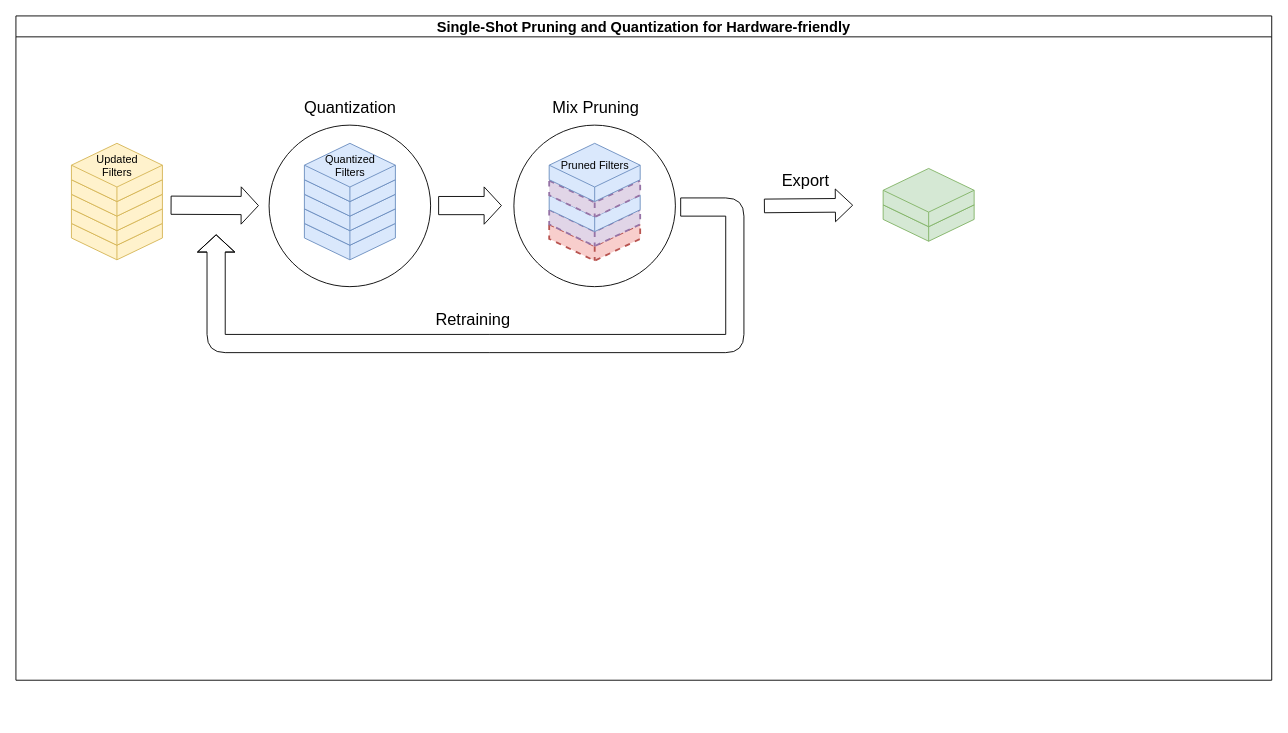
Above: graphic_abstract.drawio in JIANGBOFENG/MY_GIT_Repo (draw.io), before the change. Source tidied: cells renumbered, new cells numbered last; positions are measured from the earlier drawing's top-left corner, leaving out a move shared by most shapes. Both pictures are drawn from the tidied source at 91%, with x=0, y=0 at pixel (15, 15).
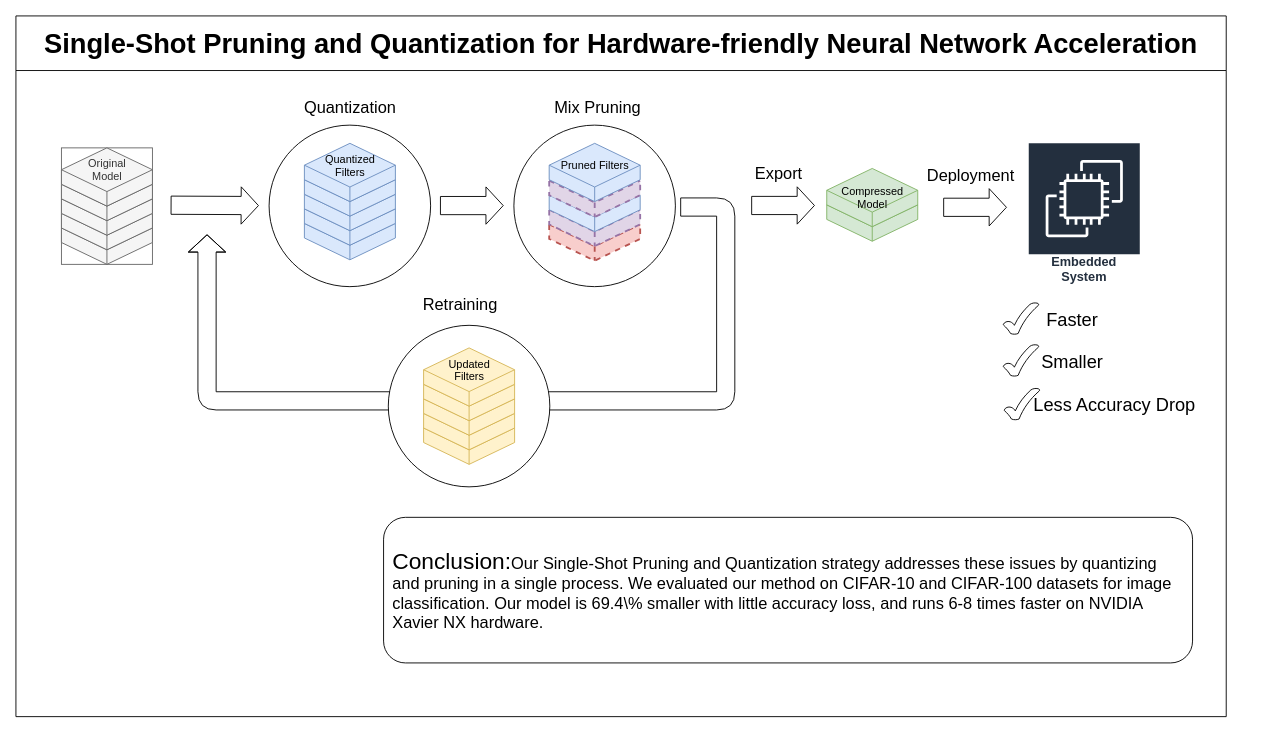
The same page after the edit.

The change refers to these unchanged cells:
```xml
<mxCell id="28" style="group;" parent="2" vertex="1">
  <mxGeometry x="973" y="152" width="100" height="128" as="geometry" />
</mxCell>
```

The edit, as a diff of the source:
```diff
@@
-    <mxCell id="2" value="&lt;font style=&quot;font-size: 16px;&quot;&gt;Single-Shot Pruning and Quantization for&amp;nbsp;Hardware-friendly&lt;/font&gt;" style="swimlane;whiteSpace=wrap;html=1;" parent="1" vertex="1">
-      <mxGeometry width="1380" height="730" as="geometry" />
+    <mxCell id="2" value="&lt;font style=&quot;font-size: 30px;&quot;&gt;Single-Shot Pruning and Quantization for Hardware-friendly Neural Network Acceleration&lt;/font&gt;" style="swimlane;whiteSpace=wrap;html=1;startSize=60;" parent="1" vertex="1">
+      <mxGeometry width="1330" height="770" as="geometry" />
     </mxCell>
@@
-    <mxCell id="4" style="ellipse;whiteSpace=wrap;html=1;" parent="2" vertex="1">
-      <mxGeometry x="278.2" y="120" width="177.5" height="177.5" as="geometry" />
-    </mxCell>
-    <mxCell id="5" style="group;" parent="2" vertex="1">
-      <mxGeometry x="61" y="140" width="100" height="128" as="geometry" />
-    </mxCell>
-    <mxCell id="6" style="html=1;shape=mxgraph.basic.isocube;isoAngle=15;fillColor=#fff2cc;strokeColor=#d6b656;" parent="5" vertex="1">
-      <mxGeometry y="64" width="100" height="64" as="geometry" />
-    </mxCell>
-    <mxCell id="7" style="edgeStyle=orthogonalEdgeStyle;rounded=0;orthogonalLoop=1;jettySize=auto;html=1;exitX=0.5;exitY=1;exitDx=0;exitDy=0;exitPerimeter=0;fillColor=#fff2cc;strokeColor=#d6b656;" parent="5" edge="1" source="6" target="6">
-      <mxGeometry relative="1" as="geometry" />
-    </mxCell>
-    <mxCell id="8" style="html=1;shape=mxgraph.basic.isocube;isoAngle=15;fillColor=#fff2cc;strokeColor=#d6b656;" parent="5" vertex="1">
-      <mxGeometry y="48" width="100" height="64" as="geometry" />
-    </mxCell>
-    <mxCell id="9" style="html=1;shape=mxgraph.basic.isocube;isoAngle=15;fillColor=#fff2cc;strokeColor=#d6b656;" parent="5" vertex="1">
-      <mxGeometry y="32" width="100" height="64" as="geometry" />
-    </mxCell>
-    <mxCell id="10" style="html=1;shape=mxgraph.basic.isocube;isoAngle=15;fillColor=#fff2cc;strokeColor=#d6b656;" parent="5" vertex="1">
-      <mxGeometry y="16" width="100" height="64" as="geometry" />
-    </mxCell>
-    <mxCell id="11" value="&lt;font color=&quot;#000000&quot;&gt;Updated&lt;br&gt;Filters&lt;br&gt;&lt;br&gt;&lt;/font&gt;" style="html=1;shape=mxgraph.basic.isocube;isoAngle=15;fillColor=#fff2cc;strokeColor=#d6b656;" parent="5" vertex="1">
-      <mxGeometry width="100" height="64" as="geometry" />
-    </mxCell>
-    <mxCell id="12" style="html=1;shape=mxgraph.basic.isocube;isoAngle=15;fillColor=#dae8fc;strokeColor=#6c8ebf;" parent="2" vertex="1">
-      <mxGeometry x="317" y="204" width="100" height="64" as="geometry" />
-    </mxCell>
-    <mxCell id="13" style="edgeStyle=orthogonalEdgeStyle;rounded=0;orthogonalLoop=1;jettySize=auto;html=1;exitX=0.5;exitY=1;exitDx=0;exitDy=0;exitPerimeter=0;fillColor=#dae8fc;strokeColor=#6c8ebf;" parent="2" edge="1" source="12" target="12">
-      <mxGeometry relative="1" as="geometry" />
-    </mxCell>
-    <mxCell id="14" style="html=1;shape=mxgraph.basic.isocube;isoAngle=15;fillColor=#dae8fc;strokeColor=#6c8ebf;" parent="2" vertex="1">
-      <mxGeometry x="317" y="188" width="100" height="64" as="geometry" />
-    </mxCell>
-    <mxCell id="15" style="html=1;shape=mxgraph.basic.isocube;isoAngle=15;fillColor=#dae8fc;strokeColor=#6c8ebf;" parent="2" vertex="1">
-      <mxGeometry x="317" y="172" width="100" height="64" as="geometry" />
-    </mxCell>
-    <mxCell id="16" style="html=1;shape=mxgraph.basic.isocube;isoAngle=15;fillColor=#dae8fc;strokeColor=#6c8ebf;" parent="2" vertex="1">
-      <mxGeometry x="317" y="156" width="100" height="64" as="geometry" />
-    </mxCell>
-    <mxCell id="17" value="&lt;font color=&quot;#000000&quot;&gt;Quantized&lt;br&gt;Filters&lt;br&gt;&lt;br&gt;&lt;/font&gt;" style="html=1;shape=mxgraph.basic.isocube;isoAngle=15;fillColor=#dae8fc;strokeColor=#6c8ebf;" parent="2" vertex="1">
-      <mxGeometry x="317" y="140" width="100" height="64" as="geometry" />
-    </mxCell>
@@
     <mxCell id="26" style="shape=flexArrow;endArrow=classic;html=1;rounded=0;width=20;" parent="2" edge="1">
       <mxGeometry relative="1" as="geometry">
-        <mxPoint x="464" y="208.4" as="sourcePoint" />
-        <mxPoint x="534" y="208.4" as="targetPoint" />
+        <mxPoint x="466" y="208.4" as="sourcePoint" />
+        <mxPoint x="536" y="208.4" as="targetPoint" />
       </mxGeometry>
     </mxCell>
@@
     <mxCell id="29" style="edgeStyle=orthogonalEdgeStyle;rounded=0;orthogonalLoop=1;jettySize=auto;html=1;exitX=0.5;exitY=1;exitDx=0;exitDy=0;exitPerimeter=0;fillColor=#d5e8d4;strokeColor=#82b366;" parent="28" edge="1">
       <mxGeometry relative="1" as="geometry">
-        <mxPoint x="30" y="111.5" as="sourcePoint" />
-        <mxPoint x="30" y="111.5" as="targetPoint" />
+        <mxPoint x="-32" y="111.5" as="sourcePoint" />
+        <mxPoint x="-32" y="111.5" as="targetPoint" />
       </mxGeometry>
     </mxCell>
     <mxCell id="30" style="html=1;shape=mxgraph.basic.isocube;isoAngle=15;fillColor=#d5e8d4;strokeColor=#82b366;" parent="28" vertex="1">
-      <mxGeometry x="-20" y="31.6" width="100" height="64" as="geometry" />
+      <mxGeometry x="-82" y="31.6" width="100" height="64" as="geometry" />
     </mxCell>
-    <mxCell id="31" style="html=1;shape=mxgraph.basic.isocube;isoAngle=15;fillColor=#d5e8d4;strokeColor=#82b366;" parent="28" vertex="1">
-      <mxGeometry x="-20" y="15.6" width="100" height="64" as="geometry" />
+    <mxCell id="31" value="&lt;font color=&quot;#000000&quot;&gt;Compressed&lt;br&gt;Model&lt;/font&gt;" style="html=1;shape=mxgraph.basic.isocube;isoAngle=15;fillColor=#d5e8d4;strokeColor=#82b366;" parent="28" vertex="1">
+      <mxGeometry x="-82" y="15.6" width="100" height="64" as="geometry" />
     </mxCell>
     <mxCell id="32" style="endArrow=classic;html=1;rounded=1;shape=flexArrow;strokeWidth=1;width=20;" parent="2" edge="1">
       <mxGeometry relative="1" as="geometry">
         <mxPoint x="730" y="210" as="sourcePoint" />
-        <mxPoint x="220" y="240" as="targetPoint" />
+        <mxPoint x="210" y="240" as="targetPoint" />
         <Array as="points">
-          <mxPoint x="790" y="210" />
-          <mxPoint x="790" y="360" />
-          <mxPoint x="520" y="360" />
-          <mxPoint x="220" y="360" />
+          <mxPoint x="780" y="210" />
+          <mxPoint x="780" y="423" />
+          <mxPoint x="510" y="423" />
+          <mxPoint x="210" y="423" />
         </Array>
       </mxGeometry>
     </mxCell>
     <mxCell id="33" value="&lt;font style=&quot;font-size: 18px;&quot;&gt;Retraining&lt;/font&gt;" style="edgeLabel;html=1;align=center;verticalAlign=middle;" parent="32" vertex="1">
       <mxGeometry x="0.1" y="-5" relative="1" as="geometry">
-        <mxPoint x="-4" y="-22" as="offset" />
+        <mxPoint x="3" y="-101" as="offset" />
       </mxGeometry>
     </mxCell>
-    <mxCell id="34" style="shape=flexArrow;endArrow=classic;html=1;rounded=0;width=15;" parent="2" edge="1">
-      <mxGeometry relative="1" as="geometry">
-        <mxPoint x="822" y="208.8" as="sourcePoint" />
-        <mxPoint x="920" y="208" as="targetPoint" />
-      </mxGeometry>
-    </mxCell>
+    <mxCell id="36" value="&lt;font style=&quot;font-size: 14px;&quot;&gt;Embedded System&lt;/font&gt;" style="sketch=0;fontColor=#232F3E;gradientColor=none;strokeColor=#ffffff;fillColor=#232F3E;dashed=0;verticalLabelPosition=middle;verticalAlign=bottom;align=center;html=1;whiteSpace=wrap;fontSize=10;fontStyle=1;spacing=3;shape=mxgraph.aws4.productIcon;prIcon=mxgraph.aws4.ec2;" parent="2" vertex="1">
+      <mxGeometry x="1112" y="138.8" width="124" height="160.5" as="geometry" />
+    </mxCell>
+    <mxCell id="37" style="group;" parent="2" vertex="1">
+      <mxGeometry x="404" y="551" width="889" height="160" as="geometry" />
+    </mxCell>
+    <mxCell id="38" style="rounded=1;whiteSpace=wrap;html=1;" parent="37" vertex="1">
+      <mxGeometry width="889" height="160" as="geometry" />
+    </mxCell>
+    <mxCell id="39" value="&lt;div style=&quot;text-align: left;&quot;&gt;&lt;font style=&quot;background-color: initial; font-size: 25px;&quot;&gt;Conclusion:&lt;/font&gt;&lt;font style=&quot;background-color: initial;&quot;&gt;&lt;font style=&quot;font-size: 18px;&quot;&gt;Our Single-Shot Pruning and Quantization strategy addresses these issues by quantizing and pruning in a single process. We evaluated our method on CIFAR-10 and CIFAR-100 datasets for image classification. Our model is 69.4\% smaller with little accuracy loss, and runs 6-8 times faster on NVIDIA Xavier NX hardware.&lt;/font&gt;&lt;/font&gt;&lt;/div&gt;" style="text;html=1;strokeColor=none;fillColor=none;align=center;verticalAlign=middle;whiteSpace=wrap;rounded=0;labelPosition=center;verticalLabelPosition=middle;" parent="37" vertex="1">
+      <mxGeometry x="9" y="10" width="871" height="140" as="geometry" />
+    </mxCell>
+    <mxCell id="40" style="group;" parent="2" vertex="1">
+      <mxGeometry x="278.2" y="120" width="177.5" height="177.5" as="geometry" />
+    </mxCell>
+    <mxCell id="4" style="ellipse;whiteSpace=wrap;html=1;" parent="40" vertex="1">
+      <mxGeometry width="177.5" height="177.5" as="geometry" />
+    </mxCell>
+    <mxCell id="12" style="html=1;shape=mxgraph.basic.isocube;isoAngle=15;fillColor=#dae8fc;strokeColor=#6c8ebf;" parent="40" vertex="1">
+      <mxGeometry x="38.8" y="84" width="100" height="64" as="geometry" />
+    </mxCell>
+    <mxCell id="13" style="edgeStyle=orthogonalEdgeStyle;rounded=0;orthogonalLoop=1;jettySize=auto;html=1;exitX=0.5;exitY=1;exitDx=0;exitDy=0;exitPerimeter=0;fillColor=#dae8fc;strokeColor=#6c8ebf;" parent="40" edge="1" source="12" target="12">
+      <mxGeometry relative="1" as="geometry" />
+    </mxCell>
+    <mxCell id="14" style="html=1;shape=mxgraph.basic.isocube;isoAngle=15;fillColor=#dae8fc;strokeColor=#6c8ebf;" parent="40" vertex="1">
+      <mxGeometry x="38.8" y="68" width="100" height="64" as="geometry" />
+    </mxCell>
+    <mxCell id="15" style="html=1;shape=mxgraph.basic.isocube;isoAngle=15;fillColor=#dae8fc;strokeColor=#6c8ebf;" parent="40" vertex="1">
+      <mxGeometry x="38.8" y="52" width="100" height="64" as="geometry" />
+    </mxCell>
+    <mxCell id="16" style="html=1;shape=mxgraph.basic.isocube;isoAngle=15;fillColor=#dae8fc;strokeColor=#6c8ebf;" parent="40" vertex="1">
+      <mxGeometry x="38.8" y="36" width="100" height="64" as="geometry" />
+    </mxCell>
+    <mxCell id="17" value="&lt;font color=&quot;#000000&quot;&gt;Quantized&lt;br&gt;Filters&lt;br&gt;&lt;br&gt;&lt;/font&gt;" style="html=1;shape=mxgraph.basic.isocube;isoAngle=15;fillColor=#dae8fc;strokeColor=#6c8ebf;" parent="40" vertex="1">
+      <mxGeometry x="38.8" y="20" width="100" height="64" as="geometry" />
+    </mxCell>
+    <mxCell id="41" style="group;fontColor=#333333;fillColor=none;strokeColor=#666666;" parent="2" vertex="1">
+      <mxGeometry x="50" y="145" width="100" height="128" as="geometry" />
+    </mxCell>
+    <mxCell id="42" style="html=1;shape=mxgraph.basic.isocube;isoAngle=15;fontColor=#333333;fillColor=#f5f5f5;strokeColor=#666666;" parent="41" vertex="1">
+      <mxGeometry y="64" width="100" height="64" as="geometry" />
+    </mxCell>
+    <mxCell id="43" style="edgeStyle=orthogonalEdgeStyle;rounded=0;orthogonalLoop=1;jettySize=auto;html=1;exitX=0.5;exitY=1;exitDx=0;exitDy=0;exitPerimeter=0;fontColor=#000000;fillColor=#f5f5f5;strokeColor=#666666;" parent="41" edge="1" source="42" target="42">
+      <mxGeometry relative="1" as="geometry" />
+    </mxCell>
+    <mxCell id="44" style="html=1;shape=mxgraph.basic.isocube;isoAngle=15;fontColor=#333333;fillColor=#f5f5f5;strokeColor=#666666;" parent="41" vertex="1">
+      <mxGeometry y="48" width="100" height="64" as="geometry" />
+    </mxCell>
+    <mxCell id="45" style="html=1;shape=mxgraph.basic.isocube;isoAngle=15;fontColor=#333333;fillColor=#f5f5f5;strokeColor=#666666;" parent="41" vertex="1">
+      <mxGeometry y="32" width="100" height="64" as="geometry" />
+    </mxCell>
+    <mxCell id="46" style="html=1;shape=mxgraph.basic.isocube;isoAngle=15;fontColor=#333333;fillColor=#f5f5f5;strokeColor=#666666;" parent="41" vertex="1">
+      <mxGeometry y="16" width="100" height="64" as="geometry" />
+    </mxCell>
+    <mxCell id="47" value="Original&lt;br&gt;Model&lt;br&gt;&lt;br&gt;" style="html=1;shape=mxgraph.basic.isocube;isoAngle=15;fontColor=#333333;fillColor=#f5f5f5;strokeColor=#666666;" parent="41" vertex="1">
+      <mxGeometry width="100" height="64" as="geometry" />
+    </mxCell>
+    <mxCell id="48" style="shape=flexArrow;endArrow=classic;html=1;rounded=0;width=20;" parent="2" edge="1">
+      <mxGeometry relative="1" as="geometry">
+        <mxPoint x="808" y="208.3" as="sourcePoint" />
+        <mxPoint x="878" y="208.3" as="targetPoint" />
+      </mxGeometry>
+    </mxCell>
-    <mxCell id="35" value="&lt;font style=&quot;font-size: 18px;&quot;&gt;Export&amp;nbsp;&lt;/font&gt;" style="edgeLabel;html=1;align=center;verticalAlign=middle;" parent="34" vertex="1">
-      <mxGeometry x="-0.2" y="6" relative="1" as="geometry">
-        <mxPoint x="9" y="-22" as="offset" />
+    <mxCell id="35" value="&lt;font style=&quot;font-size: 18px;&quot;&gt;Export&lt;/font&gt;" style="edgeLabel;html=1;align=center;verticalAlign=middle;" parent="48" vertex="1">
+      <mxGeometry x="0.11" y="9" relative="1" as="geometry">
+        <mxPoint x="-10" y="-26" as="offset" />
       </mxGeometry>
     </mxCell>
+    <mxCell id="49" style="group;" parent="1" vertex="1">
+      <mxGeometry x="1082" y="318" width="149" height="40" as="geometry" />
+    </mxCell>
+    <mxCell id="50" style="verticalLabelPosition=bottom;verticalAlign=top;html=1;shape=mxgraph.basic.tick;" parent="49" vertex="1">
+      <mxGeometry x="3" y="-3" width="39" height="35" as="geometry" />
+    </mxCell>
+    <mxCell id="51" value="&lt;font style=&quot;font-size: 20px;&quot;&gt;Faster&lt;/font&gt;" style="text;html=1;strokeColor=none;fillColor=none;align=center;verticalAlign=middle;whiteSpace=wrap;rounded=0;" parent="49" vertex="1">
+      <mxGeometry x="9" width="140" height="30" as="geometry" />
+    </mxCell>
+    <mxCell id="52" style="group;" parent="1" vertex="1">
+      <mxGeometry x="409.2" y="340" width="177.5" height="177.5" as="geometry" />
+    </mxCell>
+    <mxCell id="53" style="ellipse;whiteSpace=wrap;html=1;" parent="52" vertex="1">
+      <mxGeometry width="177.5" height="177.5" as="geometry" />
+    </mxCell>
+    <mxCell id="54" style="edgeStyle=orthogonalEdgeStyle;rounded=0;orthogonalLoop=1;jettySize=auto;html=1;exitX=0.5;exitY=1;exitDx=0;exitDy=0;exitPerimeter=0;fillColor=#dae8fc;strokeColor=#6c8ebf;" parent="52" edge="1">
+      <mxGeometry relative="1" as="geometry">
+        <mxPoint x="88.8" y="148" as="sourcePoint" />
+        <mxPoint x="88.8" y="148" as="targetPoint" />
+      </mxGeometry>
+    </mxCell>
+    <mxCell id="55" style="group;" parent="52" vertex="1">
+      <mxGeometry x="38.8" y="24.8" width="100" height="128" as="geometry" />
+    </mxCell>
+    <mxCell id="6" style="html=1;shape=mxgraph.basic.isocube;isoAngle=15;fillColor=#fff2cc;strokeColor=#d6b656;" parent="55" vertex="1">
+      <mxGeometry y="64" width="100" height="64" as="geometry" />
+    </mxCell>
+    <mxCell id="7" style="edgeStyle=orthogonalEdgeStyle;rounded=0;orthogonalLoop=1;jettySize=auto;html=1;exitX=0.5;exitY=1;exitDx=0;exitDy=0;exitPerimeter=0;fillColor=#fff2cc;strokeColor=#d6b656;" parent="55" edge="1" source="6" target="6">
+      <mxGeometry relative="1" as="geometry" />
+    </mxCell>
+    <mxCell id="8" style="html=1;shape=mxgraph.basic.isocube;isoAngle=15;fillColor=#fff2cc;strokeColor=#d6b656;" parent="55" vertex="1">
+      <mxGeometry y="48" width="100" height="64" as="geometry" />
+    </mxCell>
+    <mxCell id="9" style="html=1;shape=mxgraph.basic.isocube;isoAngle=15;fillColor=#fff2cc;strokeColor=#d6b656;" parent="55" vertex="1">
+      <mxGeometry y="32" width="100" height="64" as="geometry" />
+    </mxCell>
+    <mxCell id="10" style="html=1;shape=mxgraph.basic.isocube;isoAngle=15;fillColor=#fff2cc;strokeColor=#d6b656;" parent="55" vertex="1">
+      <mxGeometry y="16" width="100" height="64" as="geometry" />
+    </mxCell>
+    <mxCell id="11" value="&lt;font color=&quot;#000000&quot;&gt;Updated&lt;br&gt;Filters&lt;br&gt;&lt;br&gt;&lt;/font&gt;" style="html=1;shape=mxgraph.basic.isocube;isoAngle=15;fillColor=#fff2cc;strokeColor=#d6b656;" parent="55" vertex="1">
+      <mxGeometry width="100" height="64" as="geometry" />
+    </mxCell>
+    <mxCell id="56" style="group;" parent="1" vertex="1">
+      <mxGeometry x="1083" y="412" width="240" height="40" as="geometry" />
+    </mxCell>
+    <mxCell id="57" style="verticalLabelPosition=bottom;verticalAlign=top;html=1;shape=mxgraph.basic.tick;" parent="56" vertex="1">
+      <mxGeometry x="3" y="-3" width="39" height="35" as="geometry" />
+    </mxCell>
+    <mxCell id="58" value="&lt;font style=&quot;font-size: 20px;&quot;&gt;Less Accuracy Drop&lt;/font&gt;" style="text;html=1;strokeColor=none;fillColor=none;align=center;verticalAlign=middle;whiteSpace=wrap;rounded=0;" parent="56" vertex="1">
+      <mxGeometry x="9" width="231" height="30" as="geometry" />
+    </mxCell>
+    <mxCell id="59" style="group;" parent="1" vertex="1">
+      <mxGeometry x="1082" y="364" width="149" height="40" as="geometry" />
+    </mxCell>
+    <mxCell id="60" style="verticalLabelPosition=bottom;verticalAlign=top;html=1;shape=mxgraph.basic.tick;" parent="59" vertex="1">
+      <mxGeometry x="3" y="-3" width="39" height="35" as="geometry" />
+    </mxCell>
+    <mxCell id="61" value="&lt;font style=&quot;font-size: 20px;&quot;&gt;Smaller&lt;/font&gt;" style="text;html=1;strokeColor=none;fillColor=none;align=center;verticalAlign=middle;whiteSpace=wrap;rounded=0;" parent="59" vertex="1">
+      <mxGeometry x="9" width="140" height="30" as="geometry" />
+    </mxCell>
+    <mxCell id="62" style="shape=flexArrow;endArrow=classic;html=1;rounded=0;width=20;" parent="1" edge="1">
+      <mxGeometry relative="1" as="geometry">
+        <mxPoint x="1019" y="210.3" as="sourcePoint" />
+        <mxPoint x="1089" y="210.3" as="targetPoint" />
+      </mxGeometry>
+    </mxCell>
+    <mxCell id="63" value="&lt;font style=&quot;font-size: 18px;&quot;&gt;Deployment&lt;/font&gt;" style="edgeLabel;html=1;align=center;verticalAlign=middle;" parent="62" vertex="1">
+      <mxGeometry x="0.11" y="9" relative="1" as="geometry">
+        <mxPoint x="-10" y="-26" as="offset" />
+      </mxGeometry>
+    </mxCell>
```
